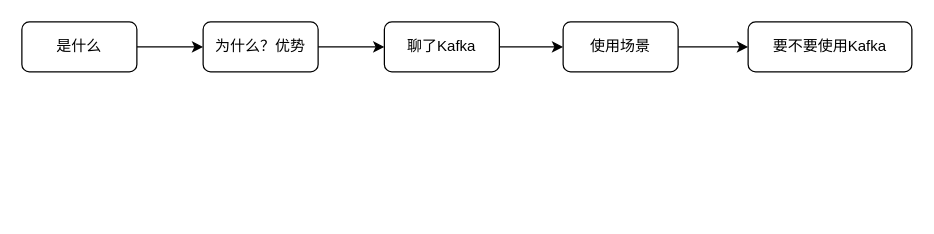
Above: page "Kafka" (10 of 10) of 西研讲堂.drawio in tnndworlds/draw.io (draw.io), before the change. Source tidied: cells renumbered, new cells numbered last; positions are measured from the earlier drawing's top-left corner, leaving out a move shared by most shapes. Both pictures are drawn from the tidied source at 125%, with x=0, y=0 at pixel (21, 21).
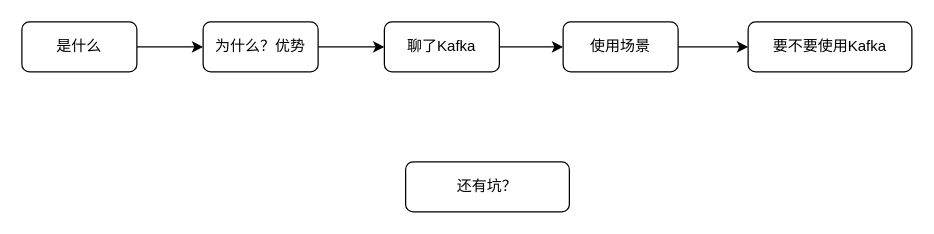
The same diagram, later.

Diff of the diagram source:
```diff
@@
 <mxGraphModel>
   <root>
     <mxCell id="0" />
     <mxCell id="1" parent="0" />
     <mxCell id="2" style="edgeStyle=orthogonalEdgeStyle;rounded=0;jettySize=auto;html=1;" parent="1" edge="1" source="3" target="5">
       <mxGeometry relative="1" as="geometry" />
     </mxCell>
     <mxCell id="3" value="为什么？优势" style="rounded=1;whiteSpace=wrap;html=1;" parent="1" vertex="1">
       <mxGeometry x="145" width="92" height="40" as="geometry" />
     </mxCell>
     <mxCell id="4" style="edgeStyle=orthogonalEdgeStyle;rounded=0;jettySize=auto;html=1;" parent="1" edge="1" source="5" target="7">
       <mxGeometry relative="1" as="geometry" />
     </mxCell>
     <mxCell id="5" value="聊了Kafka" style="rounded=1;whiteSpace=wrap;html=1;" parent="1" vertex="1">
       <mxGeometry x="290" width="92" height="40" as="geometry" />
     </mxCell>
     <mxCell id="6" style="edgeStyle=orthogonalEdgeStyle;rounded=0;jettySize=auto;html=1;" parent="1" edge="1" source="7" target="8">
       <mxGeometry relative="1" as="geometry" />
     </mxCell>
     <mxCell id="7" value="使用场景" style="rounded=1;whiteSpace=wrap;html=1;" parent="1" vertex="1">
       <mxGeometry x="433" width="92" height="40" as="geometry" />
     </mxCell>
     <mxCell id="8" value="要不要使用Kafka" style="rounded=1;whiteSpace=wrap;html=1;" parent="1" vertex="1">
       <mxGeometry x="581" width="131" height="40" as="geometry" />
     </mxCell>
     <mxCell id="9" style="edgeStyle=orthogonalEdgeStyle;rounded=0;jettySize=auto;html=1;" parent="1" edge="1" source="10" target="3">
       <mxGeometry relative="1" as="geometry" />
     </mxCell>
     <mxCell id="10" value="是什么" style="rounded=1;whiteSpace=wrap;html=1;" parent="1" vertex="1">
       <mxGeometry width="92" height="40" as="geometry" />
     </mxCell>
+    <mxCell id="11" value="还有坑？" style="rounded=1;whiteSpace=wrap;html=1;" parent="1" vertex="1">
+      <mxGeometry x="307" y="112" width="131" height="40" as="geometry" />
+    </mxCell>
   </root>
 </mxGraphModel>
```
